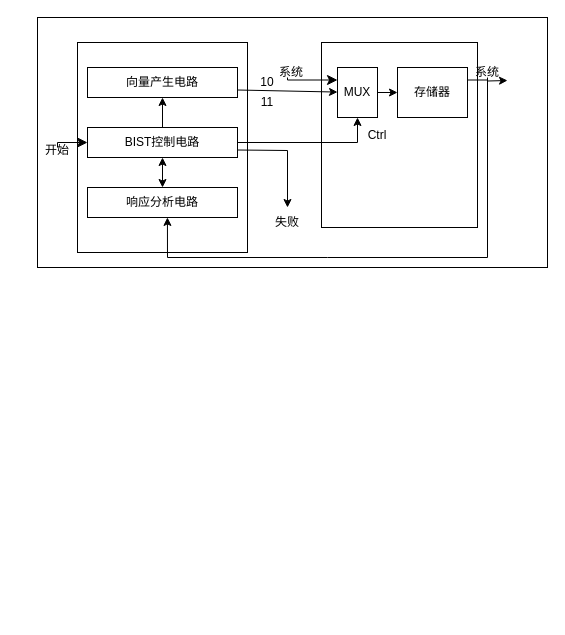
Earlier version of the draw.io diagram doc/MBIST.drawio (shanshan-lu/homwork). Source tidied: cells renumbered, new cells numbered last; positions are measured from the earlier drawing's top-left corner, leaving out a move shared by most shapes. Both pictures are drawn from the tidied source at 100%, with x=0, y=0 at pixel (27, 17).
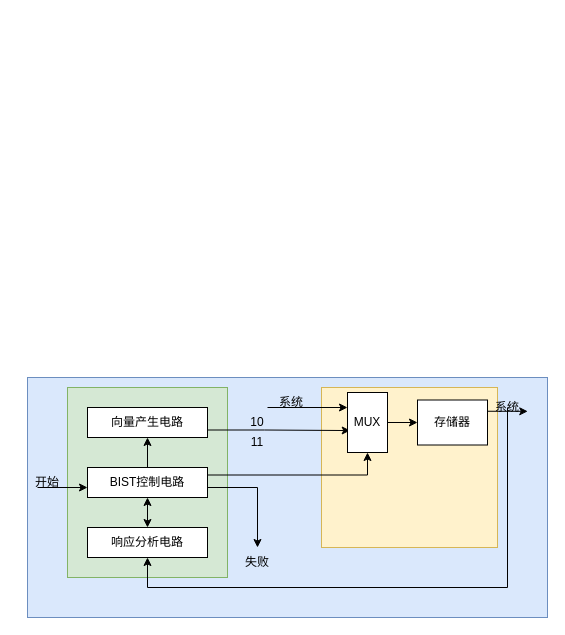
Above is the later version.

The edit, as a diff of the source:
```diff
@@
-    <mxCell id="2" style="whiteSpace=wrap;html=1;align=center;" parent="1" vertex="1">
-      <mxGeometry x="10" width="510" height="250" as="geometry" />
-    </mxCell>
-    <mxCell id="3" style="whiteSpace=wrap;html=1;align=center;" parent="1" vertex="1">
-      <mxGeometry x="50" y="25" width="170" height="210" as="geometry" />
-    </mxCell>
-    <mxCell id="4" style="whiteSpace=wrap;html=1;align=center;" parent="1" vertex="1">
-      <mxGeometry x="294" y="25" width="156" height="185" as="geometry" />
-    </mxCell>
+    <mxCell id="27" style="whiteSpace=wrap;html=1;align=center;fillColor=#dae8fc;strokeColor=#6c8ebf;" parent="1" vertex="1">
+      <mxGeometry y="360" width="520" height="240" as="geometry" />
+    </mxCell>
+    <mxCell id="28" style="whiteSpace=wrap;html=1;align=center;fillColor=#d5e8d4;strokeColor=#82b366;" parent="1" vertex="1">
+      <mxGeometry x="40" y="370" width="160" height="190" as="geometry" />
+    </mxCell>
+    <mxCell id="29" style="whiteSpace=wrap;html=1;align=center;fillColor=#fff2cc;strokeColor=#d6b656;" parent="1" vertex="1">
+      <mxGeometry x="294" y="370" width="176" height="160" as="geometry" />
+    </mxCell>
+    <mxCell id="30" style="edgeStyle=orthogonalEdgeStyle;rounded=0;jettySize=auto;html=1;exitX=1;exitY=0.75;exitDx=0;exitDy=0;entryX=0.163;entryY=0.269;entryDx=0;entryDy=0;entryPerimeter=0;" parent="1" edge="1" source="5" target="29">
+      <mxGeometry relative="1" as="geometry" />
+    </mxCell>
     <mxCell id="5" value="向量产生电路" style="whiteSpace=wrap;html=1;align=center;" parent="1" vertex="1">
-      <mxGeometry x="60" y="50" width="150" height="30" as="geometry" />
+      <mxGeometry x="60" y="390" width="120" height="30" as="geometry" />
     </mxCell>
-    <mxCell id="6" style="edgeStyle=orthogonalEdgeStyle;rounded=0;jettySize=auto;html=1;exitX=0.5;exitY=0;exitDx=0;exitDy=0;entryX=0.5;entryY=1;entryDx=0;entryDy=0;" parent="1" edge="1" source="7" target="5">
-      <mxGeometry relative="1" as="geometry" />
-    </mxCell>
-    <mxCell id="7" value="BIST控制电路" style="whiteSpace=wrap;html=1;align=center;" parent="1" vertex="1">
-      <mxGeometry x="60" y="110" width="150" height="30" as="geometry" />
-    </mxCell>
-    <mxCell id="8" style="edgeStyle=orthogonalEdgeStyle;rounded=0;jettySize=auto;html=1;exitX=1;exitY=0.5;exitDx=0;exitDy=0;entryX=0.5;entryY=1;entryDx=0;entryDy=0;" parent="1" edge="1" source="7" target="11">
-      <mxGeometry relative="1" as="geometry" />
-    </mxCell>
-    <mxCell id="9" value="响应分析电路" style="whiteSpace=wrap;html=1;align=center;" parent="1" vertex="1">
-      <mxGeometry x="60" y="170" width="150" height="30" as="geometry" />
-    </mxCell>
@@
     <mxCell id="11" value="MUX" style="whiteSpace=wrap;html=1;align=center;" parent="1" vertex="1">
-      <mxGeometry x="310" y="50" width="40" height="50" as="geometry" />
+      <mxGeometry x="320" y="375" width="40" height="60" as="geometry" />
     </mxCell>
-    <mxCell id="12" style="edgeStyle=orthogonalEdgeStyle;rounded=0;jettySize=auto;html=1;exitX=1;exitY=0.25;exitDx=0;exitDy=0;" parent="1" edge="1" source="13">
-      <mxGeometry relative="1" as="geometry">
-        <mxPoint x="480" y="63" as="targetPoint" />
-      </mxGeometry>
-    </mxCell>
     <mxCell id="13" value="存储器" style="whiteSpace=wrap;html=1;align=center;" parent="1" vertex="1">
-      <mxGeometry x="370" y="50" width="70" height="50" as="geometry" />
+      <mxGeometry x="390" y="382.5" width="70" height="45" as="geometry" />
     </mxCell>
-    <mxCell id="14" style="edgeStyle=elbowEdgeStyle;elbow=horizontal;endArrow=classic;html=1;curved=0;rounded=0;endSize=8;startSize=8;" parent="1" edge="1" target="7">
-      <mxGeometry relative="1" as="geometry">
-        <mxPoint x="30" y="130" as="sourcePoint" />
-        <Array as="points">
-          <mxPoint x="30" y="125" />
-        </Array>
-      </mxGeometry>
-    </mxCell>
+    <mxCell id="6" style="edgeStyle=orthogonalEdgeStyle;rounded=0;jettySize=auto;html=1;exitX=0.5;exitY=0;exitDx=0;exitDy=0;entryX=0.5;entryY=1;entryDx=0;entryDy=0;" parent="1" edge="1" source="7" target="5">
+      <mxGeometry relative="1" as="geometry" />
+    </mxCell>
+    <mxCell id="8" style="edgeStyle=orthogonalEdgeStyle;rounded=0;jettySize=auto;html=1;exitX=1;exitY=0.25;exitDx=0;exitDy=0;entryX=0.5;entryY=1;entryDx=0;entryDy=0;" parent="1" edge="1" source="7" target="11">
+      <mxGeometry relative="1" as="geometry" />
+    </mxCell>
+    <mxCell id="7" value="BIST控制电路" style="whiteSpace=wrap;html=1;align=center;" parent="1" vertex="1">
+      <mxGeometry x="60" y="450" width="120" height="30" as="geometry" />
+    </mxCell>
+    <mxCell id="9" value="响应分析电路" style="whiteSpace=wrap;html=1;align=center;" parent="1" vertex="1">
+      <mxGeometry x="60" y="510" width="120" height="30" as="geometry" />
+    </mxCell>
+    <mxCell id="16" style="endArrow=classic;startArrow=classic;html=1;rounded=0;entryX=0.5;entryY=1;entryDx=0;entryDy=0;" parent="1" edge="1" source="9" target="7">
+      <mxGeometry relative="1" as="geometry" />
+    </mxCell>
+    <mxCell id="31" style="endArrow=classic;html=1;rounded=0;exitX=1;exitY=0.25;exitDx=0;exitDy=0;entryX=0.962;entryY=0.141;entryDx=0;entryDy=0;entryPerimeter=0;" parent="1" edge="1" source="13" target="27">
+      <mxGeometry relative="1" as="geometry" />
+    </mxCell>
+    <mxCell id="32" style="endArrow=classic;html=1;rounded=0;" parent="1" edge="1">
+      <mxGeometry relative="1" as="geometry">
+        <mxPoint x="240" y="390" as="sourcePoint" />
+        <mxPoint x="320" y="390" as="targetPoint" />
+      </mxGeometry>
+    </mxCell>
+    <mxCell id="33" style="endArrow=classic;html=1;rounded=0;" parent="1" edge="1">
+      <mxGeometry relative="1" as="geometry">
+        <mxPoint x="10" y="470" as="sourcePoint" />
+        <mxPoint x="60" y="470" as="targetPoint" />
+      </mxGeometry>
+    </mxCell>
+    <mxCell id="34" style="endArrow=classic;html=1;rounded=0;" parent="1" edge="1">
+      <mxGeometry relative="1" as="geometry">
+        <mxPoint x="180" y="470" as="sourcePoint" />
+        <mxPoint x="230" y="530" as="targetPoint" />
+        <Array as="points">
+          <mxPoint x="230" y="470" />
+        </Array>
+      </mxGeometry>
+    </mxCell>
+    <mxCell id="35" style="endArrow=classic;html=1;rounded=0;entryX=0.5;entryY=1;entryDx=0;entryDy=0;" parent="1" edge="1" target="9">
+      <mxGeometry relative="1" as="geometry">
+        <mxPoint x="480" y="390" as="sourcePoint" />
+        <Array as="points">
+          <mxPoint x="480" y="570" />
+          <mxPoint x="120" y="570" />
+        </Array>
+      </mxGeometry>
+    </mxCell>
     <mxCell id="15" value="开始" style="text;html=1;strokeColor=none;fillColor=none;align=center;verticalAlign=middle;whiteSpace=wrap;rounded=0;" parent="1" vertex="1">
-      <mxGeometry y="120" width="60" height="25" as="geometry" />
+      <mxGeometry x="-10" y="450" width="60" height="30" as="geometry" />
     </mxCell>
-    <mxCell id="16" style="endArrow=classic;startArrow=classic;html=1;rounded=0;entryX=0.5;entryY=1;entryDx=0;entryDy=0;" parent="1" edge="1" source="9" target="7">
-      <mxGeometry relative="1" as="geometry" />
-    </mxCell>
-    <mxCell id="17" style="endArrow=classic;html=1;rounded=0;exitX=1;exitY=0.75;exitDx=0;exitDy=0;" parent="1" edge="1" source="5" target="11">
-      <mxGeometry relative="1" as="geometry" />
-    </mxCell>
-    <mxCell id="18" style="edgeStyle=elbowEdgeStyle;elbow=horizontal;endArrow=classic;html=1;curved=0;rounded=0;endSize=8;startSize=8;entryX=0;entryY=0.25;entryDx=0;entryDy=0;" parent="1" edge="1" target="11">
-      <mxGeometry relative="1" as="geometry">
-        <mxPoint x="260" y="60" as="sourcePoint" />
-        <Array as="points">
-          <mxPoint x="260" y="70" />
-        </Array>
-      </mxGeometry>
-    </mxCell>
-    <mxCell id="19" style="endArrow=classic;html=1;rounded=0;entryX=0.529;entryY=0.833;entryDx=0;entryDy=0;entryPerimeter=0;" parent="1" edge="1" target="3">
-      <mxGeometry relative="1" as="geometry">
-        <mxPoint x="460" y="60" as="sourcePoint" />
-        <Array as="points">
-          <mxPoint x="460" y="240" />
-          <mxPoint x="300" y="240" />
-          <mxPoint x="140" y="240" />
-        </Array>
-      </mxGeometry>
-    </mxCell>
-    <mxCell id="20" style="endArrow=classic;html=1;rounded=0;exitX=1;exitY=0.75;exitDx=0;exitDy=0;" parent="1" edge="1" source="7">
-      <mxGeometry relative="1" as="geometry">
-        <mxPoint x="260" y="190" as="targetPoint" />
-        <Array as="points">
-          <mxPoint x="260" y="133" />
-        </Array>
-      </mxGeometry>
-    </mxCell>
-    <mxCell id="21" value="系统" style="text;html=1;strokeColor=none;fillColor=none;align=center;verticalAlign=middle;whiteSpace=wrap;rounded=0;" parent="1" vertex="1">
-      <mxGeometry x="234" y="40" width="60" height="30" as="geometry" />
-    </mxCell>
-    <mxCell id="22" value="系统" style="text;html=1;strokeColor=none;fillColor=none;align=center;verticalAlign=middle;whiteSpace=wrap;rounded=0;" parent="1" vertex="1">
-      <mxGeometry x="430" y="40" width="60" height="30" as="geometry" />
-    </mxCell>
-    <mxCell id="23" value="Ctrl" style="text;html=1;strokeColor=none;fillColor=none;align=center;verticalAlign=middle;whiteSpace=wrap;rounded=0;" parent="1" vertex="1">
-      <mxGeometry x="320" y="102.5" width="60" height="30" as="geometry" />
-    </mxCell>
-    <mxCell id="24" value="失败" style="text;html=1;strokeColor=none;fillColor=none;align=center;verticalAlign=middle;whiteSpace=wrap;rounded=0;" parent="1" vertex="1">
-      <mxGeometry x="230" y="190" width="60" height="30" as="geometry" />
-    </mxCell>
+    <mxCell id="36" value="系统" style="text;html=1;strokeColor=none;fillColor=none;align=center;verticalAlign=middle;whiteSpace=wrap;rounded=0;" parent="1" vertex="1">
+      <mxGeometry x="234" y="370" width="60" height="30" as="geometry" />
+    </mxCell>
+    <mxCell id="37" value="系统" style="text;html=1;strokeColor=none;fillColor=none;align=center;verticalAlign=middle;whiteSpace=wrap;rounded=0;" parent="1" vertex="1">
+      <mxGeometry x="450" y="375" width="60" height="30" as="geometry" />
+    </mxCell>
     <mxCell id="25" value="10" style="text;html=1;strokeColor=none;fillColor=none;align=center;verticalAlign=middle;whiteSpace=wrap;rounded=0;" parent="1" vertex="1">
-      <mxGeometry x="210" y="50" width="60" height="30" as="geometry" />
+      <mxGeometry x="200" y="390" width="60" height="30" as="geometry" />
     </mxCell>
     <mxCell id="26" value="11" style="text;html=1;strokeColor=none;fillColor=none;align=center;verticalAlign=middle;whiteSpace=wrap;rounded=0;" parent="1" vertex="1">
-      <mxGeometry x="210" y="70" width="60" height="30" as="geometry" />
+      <mxGeometry x="200" y="410" width="60" height="30" as="geometry" />
     </mxCell>
+    <mxCell id="24" value="失败" style="text;html=1;strokeColor=none;fillColor=none;align=center;verticalAlign=middle;whiteSpace=wrap;rounded=0;" parent="1" vertex="1">
+      <mxGeometry x="200" y="530" width="60" height="30" as="geometry" />
+    </mxCell>
```
